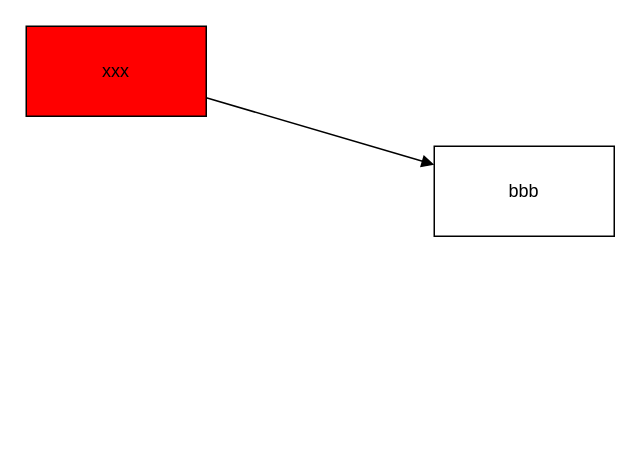
Above: test.drawio in saga/architecture-diagram-studio (draw.io), before the change. Source tidied: cells renumbered, new cells numbered last; positions are measured from the earlier drawing's top-left corner, leaving out a move shared by most shapes. Both pictures are drawn from the tidied source at 150%, with x=0, y=0 at pixel (26, 26).
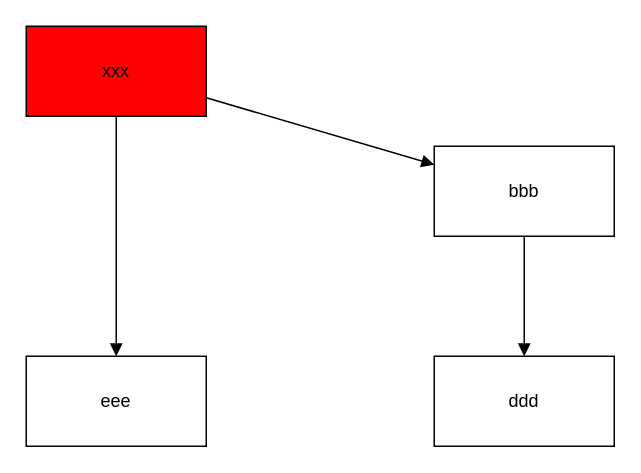
The same page after the edit.

The edit, as a diff of the source:
```diff
@@
 <mxGraphModel>
   <root>
     <mxCell id="0" />
     <mxCell id="1" parent="0" />
     <mxCell id="2" value="xxx" style="whiteSpace=wrap;html=1;fillColor=#ff0000;" parent="1" vertex="1">
       <mxGeometry width="120" height="60" as="geometry" />
     </mxCell>
     <mxCell id="3" value="bbb" style="rounded=0;whiteSpace=wrap;html=1;" parent="1" vertex="1">
       <mxGeometry x="272" y="80" width="120" height="60" as="geometry" />
     </mxCell>
     <mxCell id="4" style="rounded=0;jettySize=auto;html=1;endArrow=block;endFill=1;curved=1;" parent="1" edge="1" source="2" target="3">
       <mxGeometry relative="1" as="geometry" />
     </mxCell>
+    <mxCell id="5" value="ddd" style="rounded=0;whiteSpace=wrap;html=1;" parent="1" vertex="1">
+      <mxGeometry x="272" y="220" width="120" height="60" as="geometry" />
+    </mxCell>
+    <mxCell id="6" value="eee" style="rounded=0;whiteSpace=wrap;html=1;" parent="1" vertex="1">
+      <mxGeometry y="220" width="120" height="60" as="geometry" />
+    </mxCell>
+    <mxCell id="7" style="rounded=0;jettySize=auto;html=1;endArrow=block;endFill=1;curved=1;" parent="1" edge="1" source="3" target="5">
+      <mxGeometry relative="1" as="geometry" />
+    </mxCell>
+    <mxCell id="8" style="rounded=0;jettySize=auto;html=1;endArrow=block;endFill=1;curved=1;" parent="1" edge="1" source="2" target="6">
+      <mxGeometry relative="1" as="geometry" />
+    </mxCell>
   </root>
 </mxGraphModel>
```
